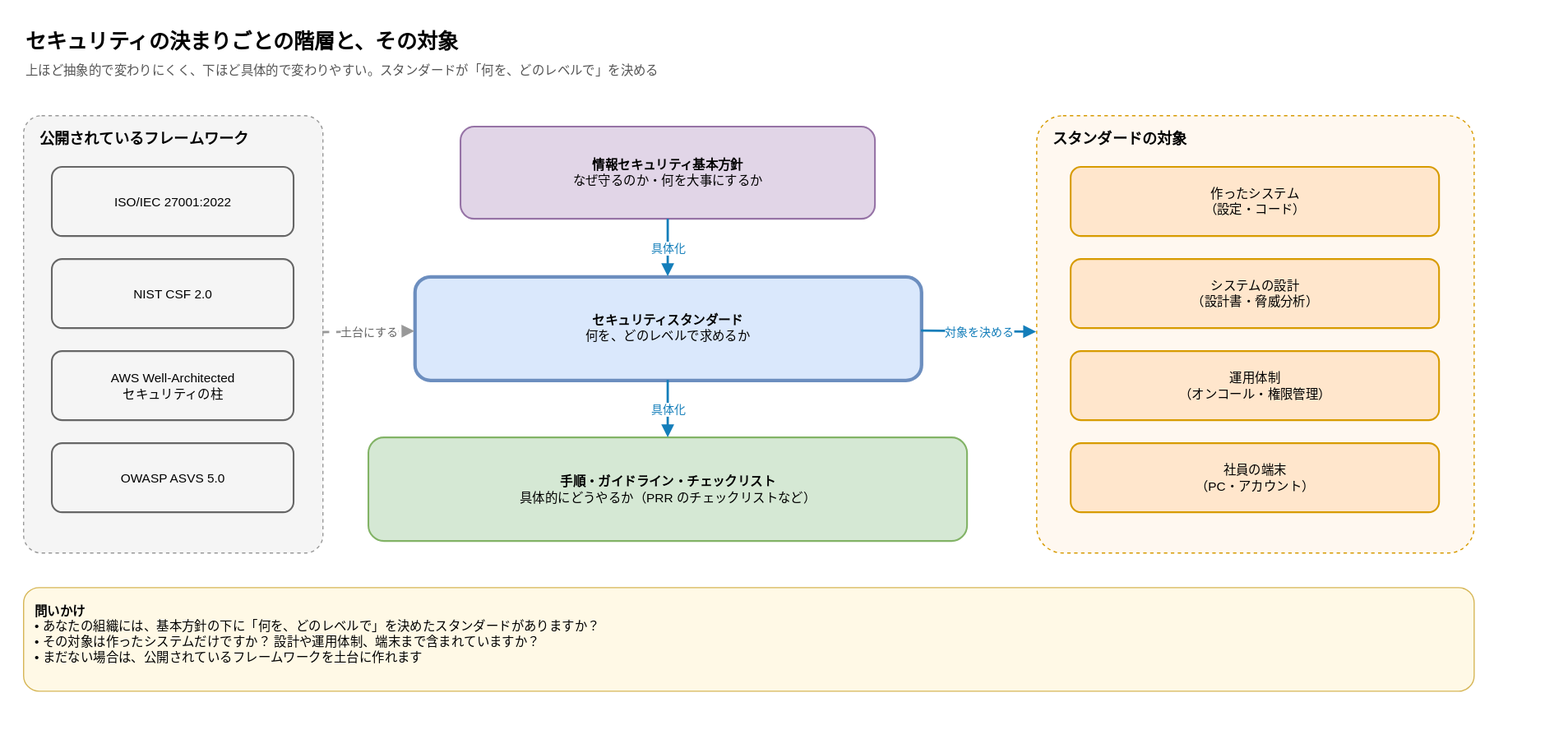
The draw.io diagram images/continuous-security-assessment-ai-agent/policy-hierarchy.drawio.svg in anfangd/zenn-content, before a commit. Source tidied: cells renumbered, new cells last; positions are measured from the earlier drawing's top-left corner, leaving out a move shared by most shapes. Its diagram source:
```xml
<mxGraphModel>
  <root>
    <mxCell id="0" />
    <mxCell id="1" parent="0" />
    <mxCell id="2" value="セキュリティの決まりごとの階層と、その対象" style="text;html=1;align=left;verticalAlign=middle;fontSize=18;fontStyle=1;" parent="1" vertex="1">
      <mxGeometry width="1300" height="32" as="geometry" />
    </mxCell>
    <mxCell id="3" value="上ほど抽象的で変わりにくく、下ほど具体的で変わりやすい。スタンダードが「何を、どのレベルで」を決める" style="text;html=1;align=left;verticalAlign=middle;fontSize=11;fontColor=#555555;" parent="1" vertex="1">
      <mxGeometry y="30" width="1300" height="22" as="geometry" />
    </mxCell>
    <mxCell id="4" value="公開されているフレームワーク" style="rounded=1;arcSize=6;whiteSpace=wrap;html=1;fillColor=#F5F5F5;strokeColor=#999999;dashed=1;verticalAlign=top;align=left;spacingLeft=12;spacingTop=6;fontSize=13;fontStyle=1;" parent="1" vertex="1">
      <mxGeometry y="80" width="260" height="380" as="geometry" />
    </mxCell>
    <mxCell id="5" value="ISO/IEC 27001:2022" style="rounded=1;whiteSpace=wrap;html=1;fillColor=#F5F5F5;strokeColor=#666666;fontSize=11;fontStyle=1;align=center;verticalAlign=middle;spacing=8;strokeWidth=1.5;fontStyle=0;" parent="1" vertex="1">
      <mxGeometry x="25" y="125" width="210" height="60" as="geometry" />
    </mxCell>
    <mxCell id="6" value="NIST CSF 2.0" style="rounded=1;whiteSpace=wrap;html=1;fillColor=#F5F5F5;strokeColor=#666666;fontSize=11;fontStyle=1;align=center;verticalAlign=middle;spacing=8;strokeWidth=1.5;fontStyle=0;" parent="1" vertex="1">
      <mxGeometry x="25" y="205" width="210" height="60" as="geometry" />
    </mxCell>
    <mxCell id="7" value="AWS Well-Architected&lt;br&gt;セキュリティの柱" style="rounded=1;whiteSpace=wrap;html=1;fillColor=#F5F5F5;strokeColor=#666666;fontSize=11;fontStyle=1;align=center;verticalAlign=middle;spacing=8;strokeWidth=1.5;fontStyle=0;" parent="1" vertex="1">
      <mxGeometry x="25" y="285" width="210" height="60" as="geometry" />
    </mxCell>
    <mxCell id="8" value="OWASP ASVS 5.0" style="rounded=1;whiteSpace=wrap;html=1;fillColor=#F5F5F5;strokeColor=#666666;fontSize=11;fontStyle=1;align=center;verticalAlign=middle;spacing=8;strokeWidth=1.5;fontStyle=0;" parent="1" vertex="1">
      <mxGeometry x="25" y="365" width="210" height="60" as="geometry" />
    </mxCell>
    <mxCell id="9" value="&lt;b&gt;情報セキュリティ基本方針&lt;/b&gt;&lt;br&gt;なぜ守るのか・何を大事にするか" style="rounded=1;whiteSpace=wrap;html=1;fillColor=#E1D5E7;strokeColor=#9673A6;fontSize=11;fontStyle=1;align=center;verticalAlign=middle;spacing=8;strokeWidth=1.5;fontStyle=0;" parent="1" vertex="1">
      <mxGeometry x="380" y="90" width="360" height="80" as="geometry" />
    </mxCell>
    <mxCell id="10" value="&lt;b&gt;セキュリティスタンダード&lt;/b&gt;&lt;br&gt;何を、どのレベルで求めるか" style="rounded=1;whiteSpace=wrap;html=1;fillColor=#DAE8FC;strokeColor=#6C8EBF;fontSize=11;fontStyle=1;align=center;verticalAlign=middle;spacing=8;strokeWidth=1.5;fontStyle=0;strokeWidth=3;" parent="1" vertex="1">
      <mxGeometry x="340" y="220" width="440" height="90" as="geometry" />
    </mxCell>
    <mxCell id="11" value="&lt;b&gt;手順・ガイドライン・チェックリスト&lt;/b&gt;&lt;br&gt;具体的にどうやるか（PRR のチェックリストなど）" style="rounded=1;whiteSpace=wrap;html=1;fillColor=#D5E8D4;strokeColor=#82B366;fontSize=11;fontStyle=1;align=center;verticalAlign=middle;spacing=8;strokeWidth=1.5;fontStyle=0;" parent="1" vertex="1">
      <mxGeometry x="300" y="360" width="520" height="90" as="geometry" />
    </mxCell>
    <mxCell id="12" value="具体化" style="edgeStyle=none;html=1;endArrow=block;endFill=1;strokeWidth=2;strokeColor=#147EBA;fontSize=10;labelBackgroundColor=#FFFFFF;fontColor=#147EBA;" parent="1" edge="1" source="9" target="10">
      <mxGeometry relative="1" as="geometry" />
    </mxCell>
    <mxCell id="13" value="具体化" style="edgeStyle=none;html=1;endArrow=block;endFill=1;strokeWidth=2;strokeColor=#147EBA;fontSize=10;labelBackgroundColor=#FFFFFF;fontColor=#147EBA;" parent="1" edge="1" source="10" target="11">
      <mxGeometry relative="1" as="geometry" />
    </mxCell>
    <mxCell id="14" value="土台にする" style="edgeStyle=none;html=1;endArrow=block;endFill=1;strokeWidth=2;strokeColor=#999999;fontSize=10;labelBackgroundColor=#FFFFFF;fontColor=#666666;dashed=1;" parent="1" edge="1" source="4" target="10">
      <mxGeometry relative="1" as="geometry" />
    </mxCell>
    <mxCell id="15" value="スタンダードの対象" style="rounded=1;arcSize=6;whiteSpace=wrap;html=1;fillColor=#FFF8F0;strokeColor=#D79B00;dashed=1;verticalAlign=top;align=left;spacingLeft=12;spacingTop=6;fontSize=13;fontStyle=1;" parent="1" vertex="1">
      <mxGeometry x="880" y="80" width="380" height="380" as="geometry" />
    </mxCell>
    <mxCell id="16" value="作ったシステム&lt;br&gt;（設定・コード）" style="rounded=1;whiteSpace=wrap;html=1;fillColor=#FFE6CC;strokeColor=#D79B00;fontSize=11;fontStyle=1;align=center;verticalAlign=middle;spacing=8;strokeWidth=1.5;fontStyle=0;" parent="1" vertex="1">
      <mxGeometry x="910" y="125" width="320" height="60" as="geometry" />
    </mxCell>
    <mxCell id="17" value="システムの設計&lt;br&gt;（設計書・脅威分析）" style="rounded=1;whiteSpace=wrap;html=1;fillColor=#FFE6CC;strokeColor=#D79B00;fontSize=11;fontStyle=1;align=center;verticalAlign=middle;spacing=8;strokeWidth=1.5;fontStyle=0;" parent="1" vertex="1">
      <mxGeometry x="910" y="205" width="320" height="60" as="geometry" />
    </mxCell>
    <mxCell id="18" value="運用体制&lt;br&gt;（オンコール・権限管理）" style="rounded=1;whiteSpace=wrap;html=1;fillColor=#FFE6CC;strokeColor=#D79B00;fontSize=11;fontStyle=1;align=center;verticalAlign=middle;spacing=8;strokeWidth=1.5;fontStyle=0;" parent="1" vertex="1">
      <mxGeometry x="910" y="285" width="320" height="60" as="geometry" />
    </mxCell>
    <mxCell id="19" value="社員の端末&lt;br&gt;（PC・アカウント）" style="rounded=1;whiteSpace=wrap;html=1;fillColor=#FFE6CC;strokeColor=#D79B00;fontSize=11;fontStyle=1;align=center;verticalAlign=middle;spacing=8;strokeWidth=1.5;fontStyle=0;" parent="1" vertex="1">
      <mxGeometry x="910" y="365" width="320" height="60" as="geometry" />
    </mxCell>
    <mxCell id="20" value="対象を決める" style="edgeStyle=none;html=1;endArrow=block;endFill=1;strokeWidth=2;strokeColor=#147EBA;fontSize=10;labelBackgroundColor=#FFFFFF;fontColor=#147EBA;" parent="1" edge="1" source="10" target="15">
      <mxGeometry relative="1" as="geometry" />
    </mxCell>
    <mxCell id="21" value="&lt;b&gt;問いかけ&lt;/b&gt;&lt;br&gt;• あなたの組織には、基本方針の下に「何を、どのレベルで」を決めたスタンダードがありますか？&lt;br&gt;• その対象は作ったシステムだけですか？ 設計や運用体制、端末まで含まれていますか？&lt;br&gt;• まだない場合は、公開されているフレームワークを土台に作れます" style="text;html=1;align=left;verticalAlign=top;whiteSpace=wrap;rounded=1;fillColor=#FFF9E6;strokeColor=#D6B656;spacing=10;fontSize=11;" parent="1" vertex="1">
      <mxGeometry y="490" width="1260" height="90" as="geometry" />
    </mxCell>
  </root>
</mxGraphModel>
```
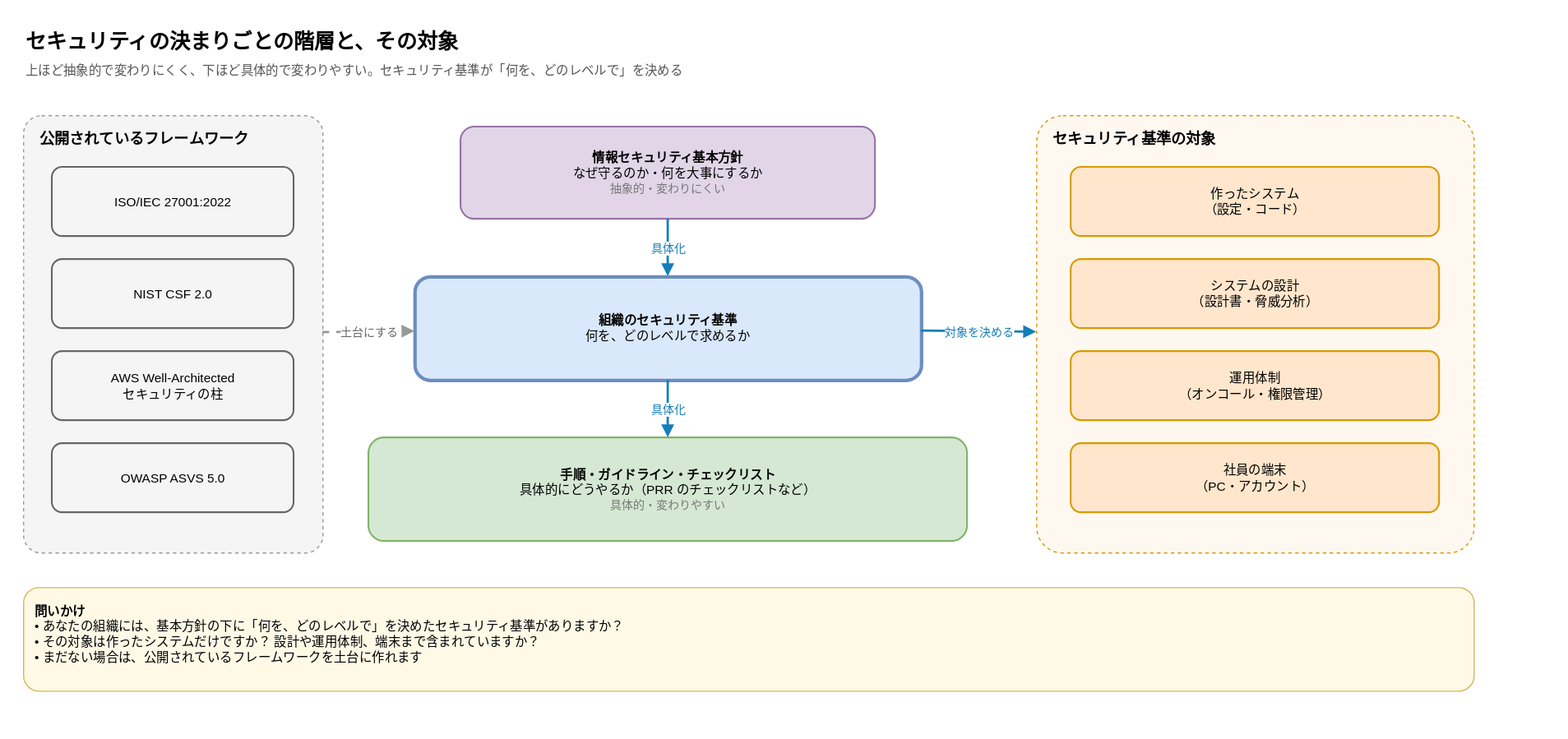
After the change.

Commit message:
docs: ✏️ polish policy-hierarchy and agent-loop diagrams

Change to the diagram source:
```diff
@@ -5,7 +5,7 @@
     <mxCell id="2" value="セキュリティの決まりごとの階層と、その対象" style="text;html=1;align=left;verticalAlign=middle;fontSize=18;fontStyle=1;" parent="1" vertex="1">
       <mxGeometry width="1300" height="32" as="geometry" />
     </mxCell>
-    <mxCell id="3" value="上ほど抽象的で変わりにくく、下ほど具体的で変わりやすい。スタンダードが「何を、どのレベルで」を決める" style="text;html=1;align=left;verticalAlign=middle;fontSize=11;fontColor=#555555;" parent="1" vertex="1">
+    <mxCell id="3" value="上ほど抽象的で変わりにくく、下ほど具体的で変わりやすい。セキュリティ基準が「何を、どのレベルで」を決める" style="text;html=1;align=left;verticalAlign=middle;fontSize=11;fontColor=#555555;" parent="1" vertex="1">
       <mxGeometry y="30" width="1300" height="22" as="geometry" />
     </mxCell>
     <mxCell id="4" value="公開されているフレームワーク" style="rounded=1;arcSize=6;whiteSpace=wrap;html=1;fillColor=#F5F5F5;strokeColor=#999999;dashed=1;verticalAlign=top;align=left;spacingLeft=12;spacingTop=6;fontSize=13;fontStyle=1;" parent="1" vertex="1">
@@ -23,13 +23,13 @@
     <mxCell id="8" value="OWASP ASVS 5.0" style="rounded=1;whiteSpace=wrap;html=1;fillColor=#F5F5F5;strokeColor=#666666;fontSize=11;fontStyle=1;align=center;verticalAlign=middle;spacing=8;strokeWidth=1.5;fontStyle=0;" parent="1" vertex="1">
       <mxGeometry x="25" y="365" width="210" height="60" as="geometry" />
     </mxCell>
-    <mxCell id="9" value="&lt;b&gt;情報セキュリティ基本方針&lt;/b&gt;&lt;br&gt;なぜ守るのか・何を大事にするか" style="rounded=1;whiteSpace=wrap;html=1;fillColor=#E1D5E7;strokeColor=#9673A6;fontSize=11;fontStyle=1;align=center;verticalAlign=middle;spacing=8;strokeWidth=1.5;fontStyle=0;" parent="1" vertex="1">
+    <mxCell id="9" value="&lt;b&gt;情報セキュリティ基本方針&lt;/b&gt;&lt;br&gt;なぜ守るのか・何を大事にするか&lt;br&gt;&lt;font color='#777777' style='font-size:10px'&gt;抽象的・変わりにくい&lt;/font&gt;" style="rounded=1;whiteSpace=wrap;html=1;fillColor=#E1D5E7;strokeColor=#9673A6;fontSize=11;fontStyle=1;align=center;verticalAlign=middle;spacing=8;strokeWidth=1.5;fontStyle=0;" parent="1" vertex="1">
       <mxGeometry x="380" y="90" width="360" height="80" as="geometry" />
     </mxCell>
-    <mxCell id="10" value="&lt;b&gt;セキュリティスタンダード&lt;/b&gt;&lt;br&gt;何を、どのレベルで求めるか" style="rounded=1;whiteSpace=wrap;html=1;fillColor=#DAE8FC;strokeColor=#6C8EBF;fontSize=11;fontStyle=1;align=center;verticalAlign=middle;spacing=8;strokeWidth=1.5;fontStyle=0;strokeWidth=3;" parent="1" vertex="1">
+    <mxCell id="10" value="&lt;b&gt;組織のセキュリティ基準&lt;/b&gt;&lt;br&gt;何を、どのレベルで求めるか" style="rounded=1;whiteSpace=wrap;html=1;fillColor=#DAE8FC;strokeColor=#6C8EBF;fontSize=11;fontStyle=1;align=center;verticalAlign=middle;spacing=8;strokeWidth=1.5;fontStyle=0;strokeWidth=3;" parent="1" vertex="1">
       <mxGeometry x="340" y="220" width="440" height="90" as="geometry" />
     </mxCell>
-    <mxCell id="11" value="&lt;b&gt;手順・ガイドライン・チェックリスト&lt;/b&gt;&lt;br&gt;具体的にどうやるか（PRR のチェックリストなど）" style="rounded=1;whiteSpace=wrap;html=1;fillColor=#D5E8D4;strokeColor=#82B366;fontSize=11;fontStyle=1;align=center;verticalAlign=middle;spacing=8;strokeWidth=1.5;fontStyle=0;" parent="1" vertex="1">
+    <mxCell id="11" value="&lt;b&gt;手順・ガイドライン・チェックリスト&lt;/b&gt;&lt;br&gt;具体的にどうやるか（PRR のチェックリストなど）&lt;br&gt;&lt;font color='#777777' style='font-size:10px'&gt;具体的・変わりやすい&lt;/font&gt;" style="rounded=1;whiteSpace=wrap;html=1;fillColor=#D5E8D4;strokeColor=#82B366;fontSize=11;fontStyle=1;align=center;verticalAlign=middle;spacing=8;strokeWidth=1.5;fontStyle=0;" parent="1" vertex="1">
       <mxGeometry x="300" y="360" width="520" height="90" as="geometry" />
     </mxCell>
     <mxCell id="12" value="具体化" style="edgeStyle=none;html=1;endArrow=block;endFill=1;strokeWidth=2;strokeColor=#147EBA;fontSize=10;labelBackgroundColor=#FFFFFF;fontColor=#147EBA;" parent="1" edge="1" source="9" target="10">
@@ -41,7 +41,7 @@
     <mxCell id="14" value="土台にする" style="edgeStyle=none;html=1;endArrow=block;endFill=1;strokeWidth=2;strokeColor=#999999;fontSize=10;labelBackgroundColor=#FFFFFF;fontColor=#666666;dashed=1;" parent="1" edge="1" source="4" target="10">
       <mxGeometry relative="1" as="geometry" />
     </mxCell>
-    <mxCell id="15" value="スタンダードの対象" style="rounded=1;arcSize=6;whiteSpace=wrap;html=1;fillColor=#FFF8F0;strokeColor=#D79B00;dashed=1;verticalAlign=top;align=left;spacingLeft=12;spacingTop=6;fontSize=13;fontStyle=1;" parent="1" vertex="1">
+    <mxCell id="15" value="セキュリティ基準の対象" style="rounded=1;arcSize=6;whiteSpace=wrap;html=1;fillColor=#FFF8F0;strokeColor=#D79B00;dashed=1;verticalAlign=top;align=left;spacingLeft=12;spacingTop=6;fontSize=13;fontStyle=1;" parent="1" vertex="1">
       <mxGeometry x="880" y="80" width="380" height="380" as="geometry" />
     </mxCell>
     <mxCell id="16" value="作ったシステム&lt;br&gt;（設定・コード）" style="rounded=1;whiteSpace=wrap;html=1;fillColor=#FFE6CC;strokeColor=#D79B00;fontSize=11;fontStyle=1;align=center;verticalAlign=middle;spacing=8;strokeWidth=1.5;fontStyle=0;" parent="1" vertex="1">
@@ -59,7 +59,7 @@
     <mxCell id="20" value="対象を決める" style="edgeStyle=none;html=1;endArrow=block;endFill=1;strokeWidth=2;strokeColor=#147EBA;fontSize=10;labelBackgroundColor=#FFFFFF;fontColor=#147EBA;" parent="1" edge="1" source="10" target="15">
       <mxGeometry relative="1" as="geometry" />
     </mxCell>
-    <mxCell id="21" value="&lt;b&gt;問いかけ&lt;/b&gt;&lt;br&gt;• あなたの組織には、基本方針の下に「何を、どのレベルで」を決めたスタンダードがありますか？&lt;br&gt;• その対象は作ったシステムだけですか？ 設計や運用体制、端末まで含まれていますか？&lt;br&gt;• まだない場合は、公開されているフレームワークを土台に作れます" style="text;html=1;align=left;verticalAlign=top;whiteSpace=wrap;rounded=1;fillColor=#FFF9E6;strokeColor=#D6B656;spacing=10;fontSize=11;" parent="1" vertex="1">
+    <mxCell id="21" value="&lt;b&gt;問いかけ&lt;/b&gt;&lt;br&gt;• あなたの組織には、基本方針の下に「何を、どのレベルで」を決めたセキュリティ基準がありますか？&lt;br&gt;• その対象は作ったシステムだけですか？ 設計や運用体制、端末まで含まれていますか？&lt;br&gt;• まだない場合は、公開されているフレームワークを土台に作れます" style="text;html=1;align=left;verticalAlign=top;whiteSpace=wrap;rounded=1;fillColor=#FFF9E6;strokeColor=#D6B656;spacing=10;fontSize=11;" parent="1" vertex="1">
       <mxGeometry y="490" width="1260" height="90" as="geometry" />
     </mxCell>
   </root>
```
